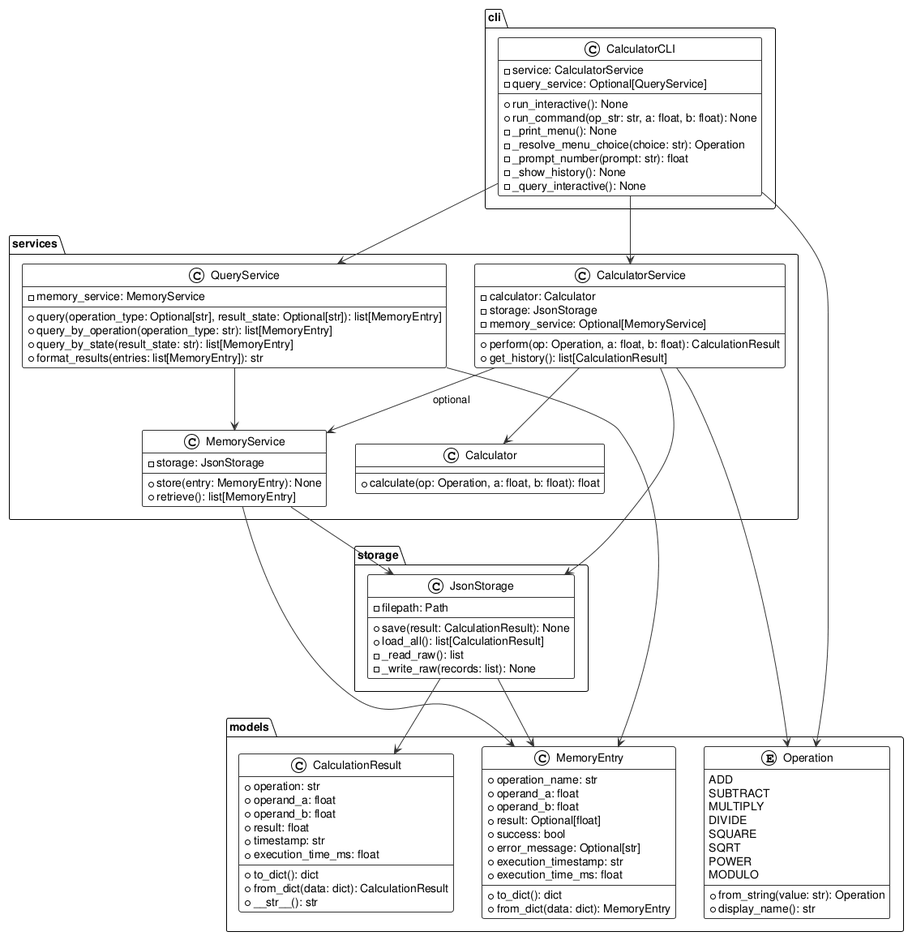
Before: experiments/broadcast/structured_text/calculator/artifacts/class_diagram.png, a diagram exported from PlantUML (DanielRiha8906/Software_autoevolution_using_agents).
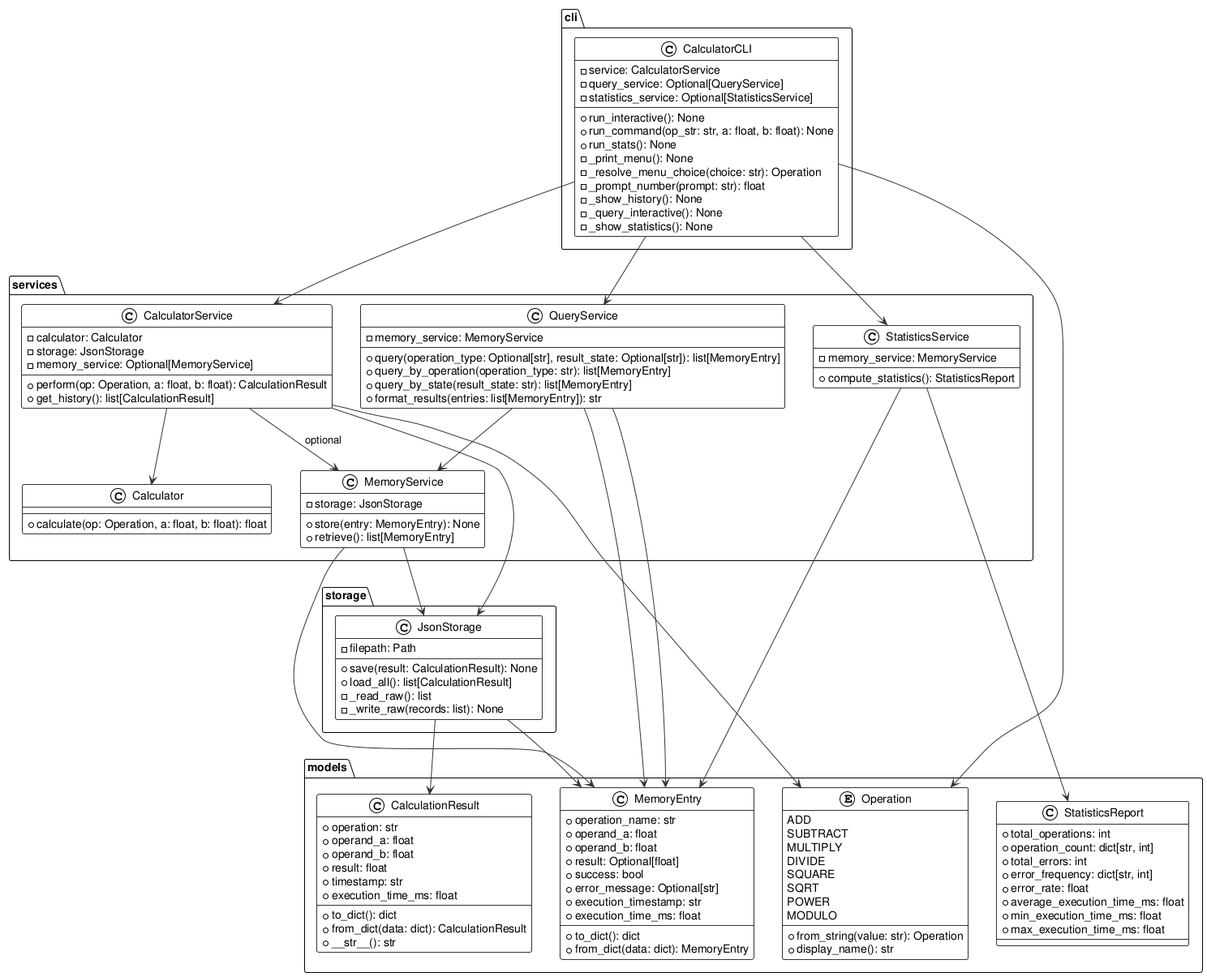
After the commit.

Diff of the diagram source:
```diff
@@ -46,6 +46,17 @@
     +to_dict(): dict
     +from_dict(data: dict): MemoryEntry
   }
+
+  class StatisticsReport {
+    +total_operations: int
+    +operation_count: dict[str, int]
+    +total_errors: int
+    +error_frequency: dict[str, int]
+    +error_rate: float
+    +average_execution_time_ms: float
+    +min_execution_time_ms: float
+    +max_execution_time_ms: float
+  }
 }
 
 package "services" {
@@ -77,6 +88,12 @@
     +query_by_state(result_state: str): list[MemoryEntry]
     +format_results(entries: list[MemoryEntry]): str
   }
+
+  class StatisticsService {
+    -memory_service: MemoryService
+    --
+    +compute_statistics(): StatisticsReport
+  }
 }
 
 package "storage" {
@@ -94,14 +111,17 @@
   class CalculatorCLI {
     -service: CalculatorService
     -query_service: Optional[QueryService]
+    -statistics_service: Optional[StatisticsService]
     --
     +run_interactive(): None
     +run_command(op_str: str, a: float, b: float): None
+    +run_stats(): None
     -_print_menu(): None
     -_resolve_menu_choice(choice: str): Operation
     -_prompt_number(prompt: str): float
     -_show_history(): None
     -_query_interactive(): None
+    -_show_statistics(): None
   }
 }
 
@@ -118,7 +138,12 @@
 
 CalculatorCLI --> CalculatorService
 CalculatorCLI --> QueryService
+CalculatorCLI --> StatisticsService
 CalculatorCLI --> Operation
+
+QueryService --> MemoryEntry
+StatisticsService --> MemoryEntry
+StatisticsService --> StatisticsReport
 
 JsonStorage --> CalculationResult
 JsonStorage --> MemoryEntry
```
